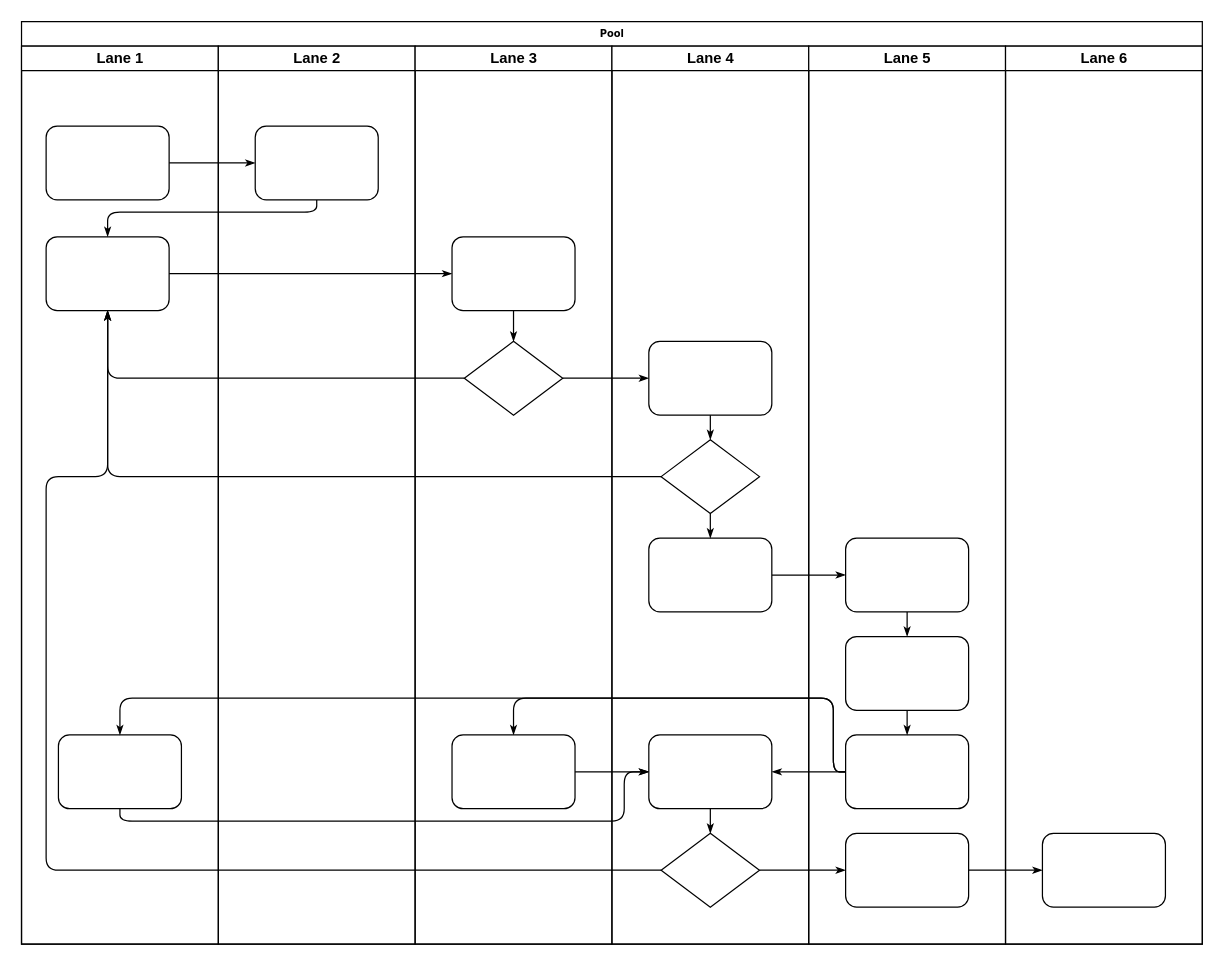
The draw.io diagram authorization.drawio in e-faizov/gophermart, before the edit. Source tidied: cells renumbered, new cells numbered last; positions are measured from the earlier drawing's top-left corner, leaving out a move shared by most shapes. Both pictures are drawn from the tidied source at 123%, with x=0, y=0 at pixel (21, 21).
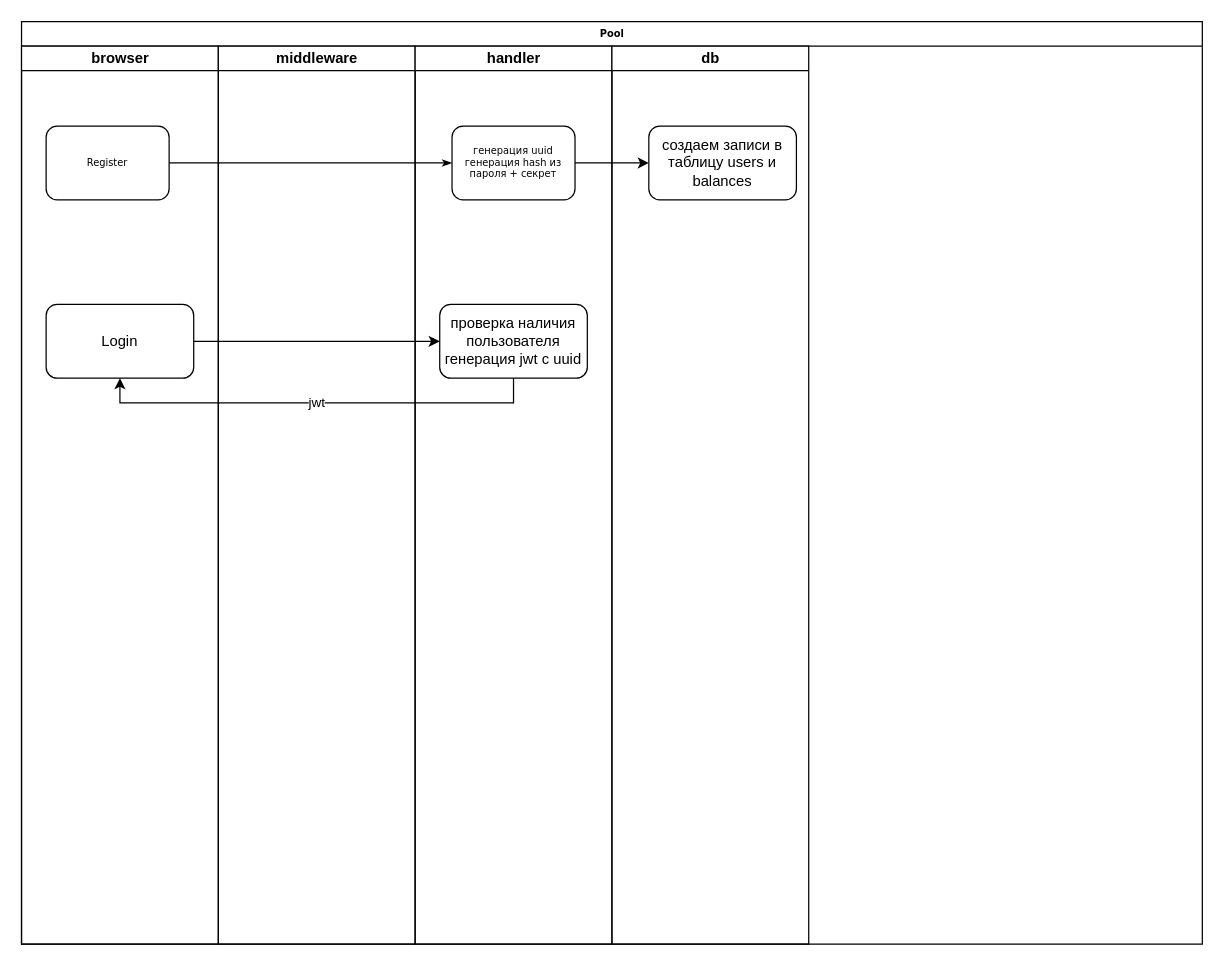
The same page after the edit.

The change refers to these unchanged cells:
```xml
<mxCell id="2" value="Pool" style="swimlane;html=1;startSize=20;rounded=0;shadow=0;labelBackgroundColor=none;strokeWidth=1;fontFamily=Verdana;fontSize=8;align=center;" parent="1" vertex="1">
  <mxGeometry width="960" height="750" as="geometry" />
</mxCell>
```

What changed in the source:
```diff
@@
-    <mxCell id="3" value="Lane 1" style="swimlane;html=1;startSize=20;" parent="2" vertex="1">
+    <mxCell id="3" value="browser" style="swimlane;html=1;startSize=20;" parent="2" vertex="1">
       <mxGeometry y="20" width="160" height="730" as="geometry" />
     </mxCell>
-    <mxCell id="4" style="rounded=1;whiteSpace=wrap;html=1;shadow=0;labelBackgroundColor=none;strokeWidth=1;fontFamily=Verdana;fontSize=8;align=center;" parent="3" vertex="1">
+    <mxCell id="4" value="Register" style="rounded=1;whiteSpace=wrap;html=1;shadow=0;labelBackgroundColor=none;strokeWidth=1;fontFamily=Verdana;fontSize=8;align=center;" parent="3" vertex="1">
       <mxGeometry x="20" y="65" width="100" height="60" as="geometry" />
     </mxCell>
-    <mxCell id="5" style="rounded=1;whiteSpace=wrap;html=1;shadow=0;labelBackgroundColor=none;strokeWidth=1;fontFamily=Verdana;fontSize=8;align=center;" parent="3" vertex="1">
-      <mxGeometry x="20" y="155" width="100" height="60" as="geometry" />
-    </mxCell>
-    <mxCell id="6" style="rounded=1;whiteSpace=wrap;html=1;shadow=0;labelBackgroundColor=none;strokeWidth=1;fontFamily=Verdana;fontSize=8;align=center;" parent="3" vertex="1">
-      <mxGeometry x="30" y="560" width="100" height="60" as="geometry" />
-    </mxCell>
+    <mxCell id="47" value="Login" style="rounded=1;whiteSpace=wrap;html=1;" parent="3" vertex="1">
+      <mxGeometry x="20" y="210" width="120" height="60" as="geometry" />
+    </mxCell>
@@
-    <mxCell id="8" style="edgeStyle=orthogonalEdgeStyle;rounded=1;html=1;labelBackgroundColor=none;startArrow=none;startFill=0;startSize=5;endArrow=classicThin;endFill=1;endSize=5;jettySize=auto;strokeWidth=1;fontFamily=Verdana;fontSize=8;" parent="2" edge="1" source="23" target="5">
-      <mxGeometry relative="1" as="geometry">
-        <Array as="points">
-          <mxPoint x="240" y="155" />
-          <mxPoint x="70" y="155" />
-        </Array>
-      </mxGeometry>
-    </mxCell>
-    <mxCell id="9" style="edgeStyle=orthogonalEdgeStyle;rounded=1;html=1;labelBackgroundColor=none;startArrow=none;startFill=0;startSize=5;endArrow=classicThin;endFill=1;endSize=5;jettySize=auto;strokeWidth=1;fontFamily=Verdana;fontSize=8;" parent="2" edge="1" source="5" target="25">
-      <mxGeometry relative="1" as="geometry" />
-    </mxCell>
-    <mxCell id="10" style="edgeStyle=orthogonalEdgeStyle;rounded=1;html=1;labelBackgroundColor=none;startArrow=none;startFill=0;startSize=5;endArrow=classicThin;endFill=1;endSize=5;jettySize=auto;strokeWidth=1;fontFamily=Verdana;fontSize=8;" parent="2" edge="1" source="26" target="5">
-      <mxGeometry relative="1" as="geometry" />
-    </mxCell>
-    <mxCell id="11" style="edgeStyle=orthogonalEdgeStyle;rounded=1;html=1;labelBackgroundColor=none;startArrow=none;startFill=0;startSize=5;endArrow=classicThin;endFill=1;endSize=5;jettySize=auto;strokeWidth=1;fontFamily=Verdana;fontSize=8;" parent="2" edge="1" source="31" target="5">
-      <mxGeometry relative="1" as="geometry" />
-    </mxCell>
-    <mxCell id="12" style="edgeStyle=orthogonalEdgeStyle;rounded=1;html=1;labelBackgroundColor=none;startArrow=none;startFill=0;startSize=5;endArrow=classicThin;endFill=1;endSize=5;jettySize=auto;strokeWidth=1;fontFamily=Verdana;fontSize=8;" parent="2" edge="1" source="34" target="5">
-      <mxGeometry relative="1" as="geometry">
-        <Array as="points">
-          <mxPoint x="20" y="690" />
-          <mxPoint x="20" y="370" />
-          <mxPoint x="70" y="370" />
-        </Array>
-      </mxGeometry>
-    </mxCell>
-    <mxCell id="13" style="edgeStyle=orthogonalEdgeStyle;rounded=1;html=1;labelBackgroundColor=none;startArrow=none;startFill=0;startSize=5;endArrow=classicThin;endFill=1;endSize=5;jettySize=auto;strokeWidth=1;fontFamily=Verdana;fontSize=8;" parent="2" edge="1" source="26" target="30">
-      <mxGeometry relative="1" as="geometry" />
-    </mxCell>
-    <mxCell id="14" style="edgeStyle=orthogonalEdgeStyle;rounded=1;html=1;labelBackgroundColor=none;startArrow=none;startFill=0;startSize=5;endArrow=classicThin;endFill=1;endSize=5;jettySize=auto;strokeWidth=1;fontFamily=Verdana;fontSize=8;" parent="2" edge="1" source="34" target="42">
-      <mxGeometry relative="1" as="geometry" />
-    </mxCell>
-    <mxCell id="15" style="edgeStyle=orthogonalEdgeStyle;rounded=1;html=1;labelBackgroundColor=none;startArrow=none;startFill=0;startSize=5;endArrow=classicThin;endFill=1;endSize=5;jettySize=auto;strokeWidth=1;fontFamily=Verdana;fontSize=8;" parent="2" edge="1" source="42" target="46">
-      <mxGeometry relative="1" as="geometry" />
-    </mxCell>
-    <mxCell id="16" style="edgeStyle=orthogonalEdgeStyle;rounded=1;html=1;labelBackgroundColor=none;startArrow=none;startFill=0;startSize=5;endArrow=classicThin;endFill=1;endSize=5;jettySize=auto;strokeWidth=1;fontFamily=Verdana;fontSize=8;" parent="2" edge="1" source="32" target="39">
-      <mxGeometry relative="1" as="geometry" />
-    </mxCell>
-    <mxCell id="17" style="edgeStyle=orthogonalEdgeStyle;rounded=1;html=1;labelBackgroundColor=none;startArrow=none;startFill=0;startSize=5;endArrow=classicThin;endFill=1;endSize=5;jettySize=auto;strokeWidth=1;fontFamily=Verdana;fontSize=8;" parent="2" edge="1" source="41" target="27">
-      <mxGeometry relative="1" as="geometry">
-        <Array as="points">
-          <mxPoint x="660" y="610" />
-          <mxPoint x="660" y="550" />
-          <mxPoint x="400" y="550" />
-        </Array>
-      </mxGeometry>
-    </mxCell>
-    <mxCell id="18" style="edgeStyle=orthogonalEdgeStyle;rounded=1;html=1;labelBackgroundColor=none;startArrow=none;startFill=0;startSize=5;endArrow=classicThin;endFill=1;endSize=5;jettySize=auto;strokeColor=#000000;strokeWidth=1;fontFamily=Verdana;fontSize=8;fontColor=#000000;" parent="2" edge="1" source="41" target="33">
-      <mxGeometry relative="1" as="geometry" />
-    </mxCell>
-    <mxCell id="19" style="edgeStyle=orthogonalEdgeStyle;rounded=1;html=1;labelBackgroundColor=none;startArrow=none;startFill=0;startSize=5;endArrow=classicThin;endFill=1;endSize=5;jettySize=auto;strokeWidth=1;fontFamily=Verdana;fontSize=8;" parent="2" edge="1" source="41" target="6">
-      <mxGeometry relative="1" as="geometry">
-        <Array as="points">
-          <mxPoint x="660" y="610" />
-          <mxPoint x="660" y="550" />
-          <mxPoint x="80" y="550" />
-        </Array>
-      </mxGeometry>
-    </mxCell>
-    <mxCell id="20" style="edgeStyle=orthogonalEdgeStyle;rounded=1;html=1;labelBackgroundColor=none;startArrow=none;startFill=0;startSize=5;endArrow=classicThin;endFill=1;endSize=5;jettySize=auto;strokeWidth=1;fontFamily=Verdana;fontSize=8;" parent="2" edge="1" source="6" target="33">
-      <mxGeometry relative="1" as="geometry">
-        <Array as="points">
-          <mxPoint x="80" y="650" />
-          <mxPoint x="490" y="650" />
-          <mxPoint x="490" y="610" />
-        </Array>
-      </mxGeometry>
-    </mxCell>
-    <mxCell id="21" style="edgeStyle=orthogonalEdgeStyle;rounded=1;html=1;labelBackgroundColor=none;startArrow=none;startFill=0;startSize=5;endArrow=classicThin;endFill=1;endSize=5;jettySize=auto;strokeWidth=1;fontFamily=Verdana;fontSize=8;" parent="2" edge="1" source="27" target="33">
-      <mxGeometry relative="1" as="geometry" />
-    </mxCell>
+    <mxCell id="48" style="edgeStyle=orthogonalEdgeStyle;rounded=0;jettySize=auto;html=1;exitX=1;exitY=0.5;exitDx=0;exitDy=0;entryX=0;entryY=0.5;entryDx=0;entryDy=0;" parent="2" edge="1" source="23" target="50">
+      <mxGeometry relative="1" as="geometry" />
+    </mxCell>
+    <mxCell id="38" value="middleware" style="swimlane;html=1;startSize=20;" parent="2" vertex="1" collapsed="1">
+      <mxGeometry x="160" y="20" width="160" height="730" as="geometry" />
+    </mxCell>
-    <mxCell id="22" value="Lane 2" style="swimlane;html=1;startSize=20;" parent="2" vertex="1">
-      <mxGeometry x="160" y="20" width="160" height="730" as="geometry" />
+    <mxCell id="22" value="handler" style="swimlane;html=1;startSize=20;" parent="2" vertex="1">
+      <mxGeometry x="320" y="20" width="160" height="730" as="geometry" />
     </mxCell>
-    <mxCell id="23" style="rounded=1;whiteSpace=wrap;html=1;shadow=0;labelBackgroundColor=none;strokeWidth=1;fontFamily=Verdana;fontSize=8;align=center;" parent="22" vertex="1">
+    <mxCell id="23" value="генерация uuid&lt;br&gt;генерация hash из пароля + секрет" style="rounded=1;whiteSpace=wrap;html=1;shadow=0;labelBackgroundColor=none;strokeWidth=1;fontFamily=Verdana;fontSize=8;align=center;" parent="22" vertex="1">
       <mxGeometry x="30" y="65" width="100" height="60" as="geometry" />
     </mxCell>
+    <mxCell id="49" value="проверка наличия пользователя&lt;br&gt;генерация jwt c uuid" style="rounded=1;whiteSpace=wrap;html=1;" parent="22" vertex="1">
+      <mxGeometry x="20" y="210" width="120" height="60" as="geometry" />
+    </mxCell>
-    <mxCell id="24" value="Lane 3" style="swimlane;html=1;startSize=20;" parent="2" vertex="1">
-      <mxGeometry x="320" y="20" width="160" height="730" as="geometry" />
+    <mxCell id="24" value="db" style="swimlane;html=1;startSize=20;" parent="2" vertex="1">
+      <mxGeometry x="480" y="20" width="160" height="730" as="geometry" />
     </mxCell>
-    <mxCell id="25" style="rounded=1;whiteSpace=wrap;html=1;shadow=0;labelBackgroundColor=none;strokeWidth=1;fontFamily=Verdana;fontSize=8;align=center;" parent="24" vertex="1">
-      <mxGeometry x="30" y="155" width="100" height="60" as="geometry" />
-    </mxCell>
-    <mxCell id="26" style="rhombus;whiteSpace=wrap;html=1;rounded=0;shadow=0;labelBackgroundColor=none;strokeWidth=1;fontFamily=Verdana;fontSize=8;align=center;" parent="24" vertex="1">
-      <mxGeometry x="40" y="240" width="80" height="60" as="geometry" />
-    </mxCell>
-    <mxCell id="27" style="rounded=1;whiteSpace=wrap;html=1;shadow=0;labelBackgroundColor=none;strokeWidth=1;fontFamily=Verdana;fontSize=8;align=center;" parent="24" vertex="1">
-      <mxGeometry x="30" y="560" width="100" height="60" as="geometry" />
-    </mxCell>
-    <mxCell id="28" style="edgeStyle=orthogonalEdgeStyle;rounded=1;html=1;labelBackgroundColor=none;startArrow=none;startFill=0;startSize=5;endArrow=classicThin;endFill=1;endSize=5;jettySize=auto;strokeWidth=1;fontFamily=Verdana;fontSize=8;" parent="24" edge="1" source="25" target="26">
-      <mxGeometry relative="1" as="geometry" />
-    </mxCell>
-    <mxCell id="29" value="Lane 4" style="swimlane;html=1;startSize=20;" parent="2" vertex="1">
-      <mxGeometry x="480" y="20" width="160" height="730" as="geometry" />
-    </mxCell>
-    <mxCell id="30" style="rounded=1;whiteSpace=wrap;html=1;shadow=0;labelBackgroundColor=none;strokeWidth=1;fontFamily=Verdana;fontSize=8;align=center;" parent="29" vertex="1">
-      <mxGeometry x="30" y="240" width="100" height="60" as="geometry" />
-    </mxCell>
-    <mxCell id="31" style="rhombus;whiteSpace=wrap;html=1;rounded=0;shadow=0;labelBackgroundColor=none;strokeWidth=1;fontFamily=Verdana;fontSize=8;align=center;" parent="29" vertex="1">
-      <mxGeometry x="40" y="320" width="80" height="60" as="geometry" />
-    </mxCell>
-    <mxCell id="32" style="rounded=1;whiteSpace=wrap;html=1;shadow=0;labelBackgroundColor=none;strokeWidth=1;fontFamily=Verdana;fontSize=8;align=center;" parent="29" vertex="1">
-      <mxGeometry x="30" y="400" width="100" height="60" as="geometry" />
-    </mxCell>
-    <mxCell id="33" style="rounded=1;whiteSpace=wrap;html=1;shadow=0;labelBackgroundColor=none;strokeWidth=1;fontFamily=Verdana;fontSize=8;align=center;" parent="29" vertex="1">
-      <mxGeometry x="30" y="560" width="100" height="60" as="geometry" />
-    </mxCell>
-    <mxCell id="34" style="rhombus;whiteSpace=wrap;html=1;rounded=0;shadow=0;labelBackgroundColor=none;strokeWidth=1;fontFamily=Verdana;fontSize=8;align=center;" parent="29" vertex="1">
-      <mxGeometry x="40" y="640" width="80" height="60" as="geometry" />
-    </mxCell>
-    <mxCell id="35" style="edgeStyle=orthogonalEdgeStyle;rounded=1;html=1;labelBackgroundColor=none;startArrow=none;startFill=0;startSize=5;endArrow=classicThin;endFill=1;endSize=5;jettySize=auto;strokeColor=#000000;strokeWidth=1;fontFamily=Verdana;fontSize=8;fontColor=#000000;" parent="29" edge="1" source="30" target="31">
-      <mxGeometry relative="1" as="geometry" />
-    </mxCell>
-    <mxCell id="36" style="edgeStyle=orthogonalEdgeStyle;rounded=1;html=1;labelBackgroundColor=none;startArrow=none;startFill=0;startSize=5;endArrow=classicThin;endFill=1;endSize=5;jettySize=auto;strokeWidth=1;fontFamily=Verdana;fontSize=8;" parent="29" edge="1" source="31" target="32">
-      <mxGeometry relative="1" as="geometry" />
-    </mxCell>
-    <mxCell id="37" style="edgeStyle=orthogonalEdgeStyle;rounded=1;html=1;labelBackgroundColor=none;startArrow=none;startFill=0;startSize=5;endArrow=classicThin;endFill=1;endSize=5;jettySize=auto;strokeWidth=1;fontFamily=Verdana;fontSize=8;" parent="29" edge="1" source="33" target="34">
-      <mxGeometry relative="1" as="geometry" />
-    </mxCell>
-    <mxCell id="38" value="Lane 5" style="swimlane;html=1;startSize=20;" parent="2" vertex="1">
-      <mxGeometry x="640" y="20" width="160" height="730" as="geometry" />
-    </mxCell>
-    <mxCell id="39" style="rounded=1;whiteSpace=wrap;html=1;shadow=0;labelBackgroundColor=none;strokeWidth=1;fontFamily=Verdana;fontSize=8;align=center;" parent="38" vertex="1">
-      <mxGeometry x="30" y="400" width="100" height="60" as="geometry" />
-    </mxCell>
-    <mxCell id="40" style="rounded=1;whiteSpace=wrap;html=1;shadow=0;labelBackgroundColor=none;strokeWidth=1;fontFamily=Verdana;fontSize=8;align=center;" parent="38" vertex="1">
-      <mxGeometry x="30" y="480" width="100" height="60" as="geometry" />
-    </mxCell>
-    <mxCell id="41" style="rounded=1;whiteSpace=wrap;html=1;shadow=0;labelBackgroundColor=none;strokeWidth=1;fontFamily=Verdana;fontSize=8;align=center;" parent="38" vertex="1">
-      <mxGeometry x="30" y="560" width="100" height="60" as="geometry" />
-    </mxCell>
-    <mxCell id="42" style="rounded=1;whiteSpace=wrap;html=1;shadow=0;labelBackgroundColor=none;strokeWidth=1;fontFamily=Verdana;fontSize=8;align=center;" parent="38" vertex="1">
-      <mxGeometry x="30" y="640" width="100" height="60" as="geometry" />
-    </mxCell>
-    <mxCell id="43" style="edgeStyle=orthogonalEdgeStyle;rounded=1;html=1;labelBackgroundColor=none;startArrow=none;startFill=0;startSize=5;endArrow=classicThin;endFill=1;endSize=5;jettySize=auto;strokeWidth=1;fontFamily=Verdana;fontSize=8;" parent="38" edge="1" source="39" target="40">
-      <mxGeometry relative="1" as="geometry" />
-    </mxCell>
-    <mxCell id="44" style="edgeStyle=orthogonalEdgeStyle;rounded=1;html=1;labelBackgroundColor=none;startArrow=none;startFill=0;startSize=5;endArrow=classicThin;endFill=1;endSize=5;jettySize=auto;strokeWidth=1;fontFamily=Verdana;fontSize=8;" parent="38" edge="1" source="40" target="41">
-      <mxGeometry relative="1" as="geometry" />
-    </mxCell>
-    <mxCell id="45" value="Lane 6" style="swimlane;html=1;startSize=20;" parent="2" vertex="1">
-      <mxGeometry x="800" y="20" width="160" height="730" as="geometry" />
-    </mxCell>
-    <mxCell id="46" style="rounded=1;whiteSpace=wrap;html=1;shadow=0;labelBackgroundColor=none;strokeWidth=1;fontFamily=Verdana;fontSize=8;align=center;" parent="45" vertex="1">
-      <mxGeometry x="30" y="640" width="100" height="60" as="geometry" />
-    </mxCell>
+    <mxCell id="50" value="создаем записи в таблицу users и balances" style="rounded=1;whiteSpace=wrap;html=1;" parent="24" vertex="1">
+      <mxGeometry x="30" y="65" width="120" height="60" as="geometry" />
+    </mxCell>
+    <mxCell id="51" style="edgeStyle=orthogonalEdgeStyle;rounded=0;jettySize=auto;html=1;exitX=1;exitY=0.5;exitDx=0;exitDy=0;entryX=0;entryY=0.5;entryDx=0;entryDy=0;" parent="2" edge="1" source="47" target="49">
+      <mxGeometry relative="1" as="geometry" />
+    </mxCell>
+    <mxCell id="52" value="jwt" style="edgeStyle=orthogonalEdgeStyle;rounded=0;jettySize=auto;html=1;exitX=0.5;exitY=1;exitDx=0;exitDy=0;entryX=0.5;entryY=1;entryDx=0;entryDy=0;" parent="2" edge="1" source="49" target="47">
+      <mxGeometry relative="1" as="geometry" />
+    </mxCell>
```
